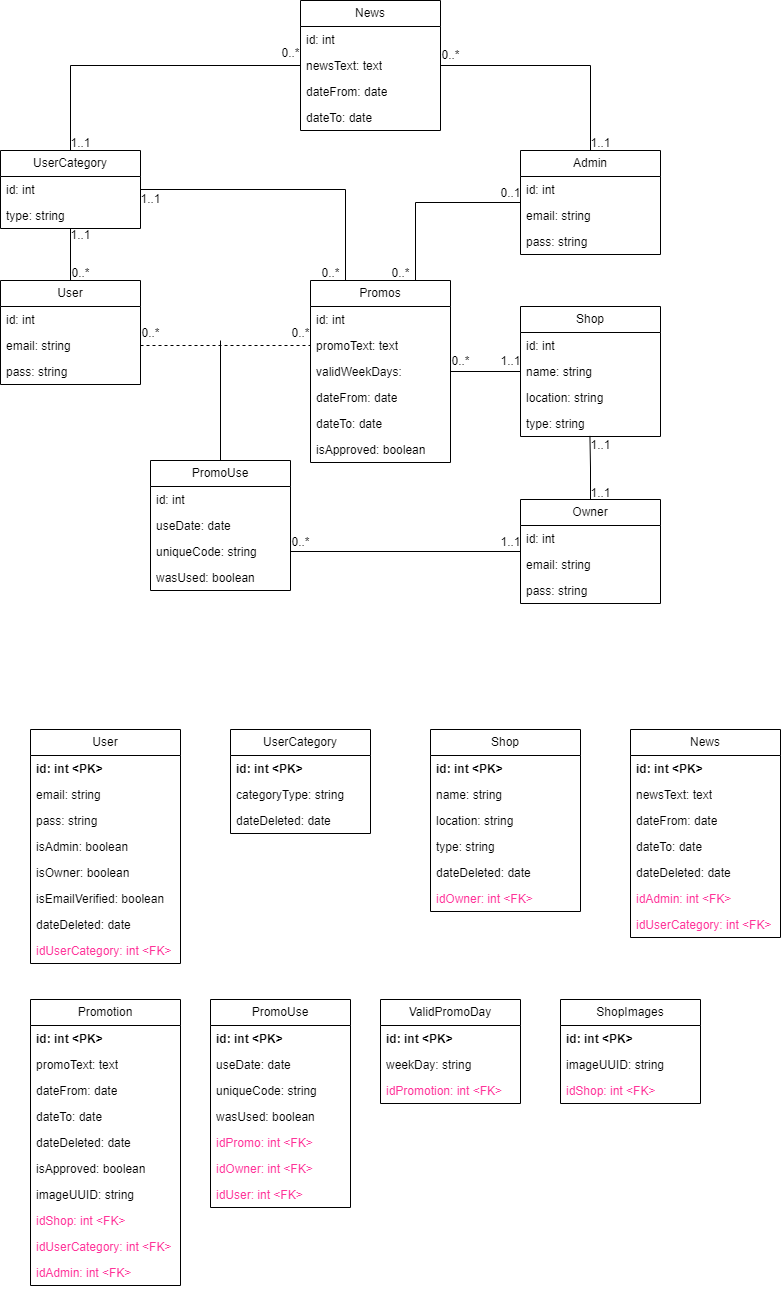
Above: TPI-PromoShop/Backend/shared/Modelo Dominio PromoShop+Tablas.drawio.png in Mauro-Dorigoni/Entornos-Graficos---Electiva-2024 (draw.io), before the change. Source tidied: cells renumbered, new cells last; positions are measured from the earlier drawing's top-left corner, leaving out a move shared by most shapes.
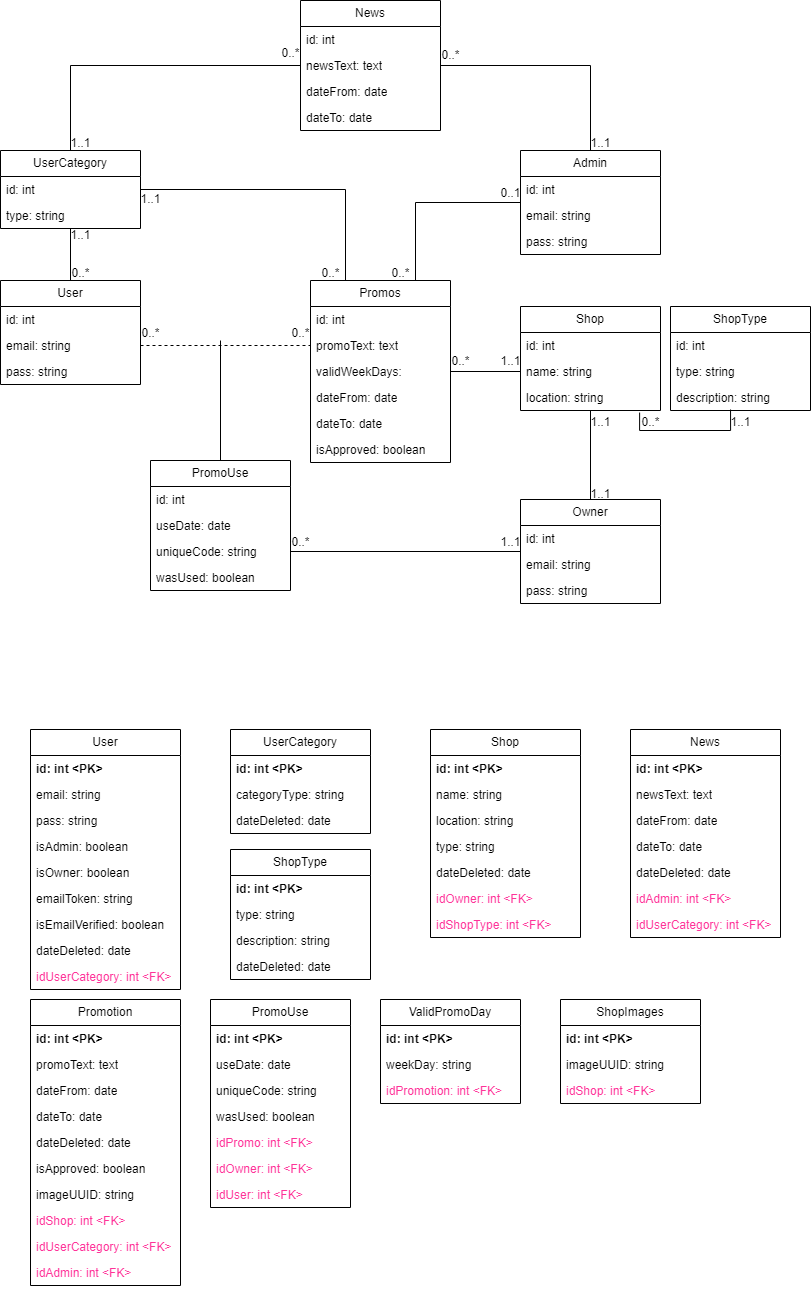
After the change.

The edit, as a diff of the source:
```diff
@@ -32,12 +32,12 @@
     <mxCell id="11" value="pass: string" style="text;strokeColor=none;fillColor=none;align=left;verticalAlign=top;spacingLeft=4;spacingRight=4;overflow=hidden;whiteSpace=wrap;html=1;" parent="8" vertex="1">
       <mxGeometry y="78" width="140" height="26" as="geometry" />
     </mxCell>
-    <mxCell id="12" style="edgeStyle=orthogonalEdgeStyle;rounded=0;jettySize=auto;html=1;entryX=0.496;entryY=0.977;entryDx=0;entryDy=0;endArrow=none;startFill=0;entryPerimeter=0;" parent="1" edge="1" source="14" target="27">
-      <mxGeometry relative="1" as="geometry" />
-    </mxCell>
     <mxCell id="13" style="edgeStyle=orthogonalEdgeStyle;rounded=0;jettySize=auto;html=1;endArrow=none;startFill=0;" parent="1" edge="1" source="14" target="46">
       <mxGeometry relative="1" as="geometry" />
     </mxCell>
+    <mxCell id="122" style="edgeStyle=orthogonalEdgeStyle;rounded=0;jettySize=auto;html=1;endArrow=none;startFill=0;" parent="1" edge="1" source="14" target="23">
+      <mxGeometry relative="1" as="geometry" />
+    </mxCell>
     <mxCell id="14" value="Owner" style="swimlane;fontStyle=0;horizontal=1;startSize=26;fillColor=none;whiteSpace=wrap;html=1;" parent="1" vertex="1">
       <mxGeometry x="520" y="499" width="140" height="104" as="geometry" />
     </mxCell>
@@ -66,7 +66,7 @@
       <mxGeometry y="52" width="140" height="26" as="geometry" />
     </mxCell>
     <mxCell id="23" value="Shop" style="swimlane;fontStyle=0;horizontal=1;startSize=26;fillColor=none;whiteSpace=wrap;html=1;" parent="1" vertex="1">
-      <mxGeometry x="520" y="306" width="140" height="130" as="geometry" />
+      <mxGeometry x="520" y="306" width="140" height="104" as="geometry" />
     </mxCell>
     <mxCell id="24" value="id: int&lt;span style=&quot;white-space: pre;&quot;&gt;&#9;&lt;/span&gt;" style="text;strokeColor=none;fillColor=none;align=left;verticalAlign=top;spacingLeft=4;spacingRight=4;overflow=hidden;whiteSpace=wrap;html=1;" parent="23" vertex="1">
       <mxGeometry y="26" width="140" height="26" as="geometry" />
@@ -77,9 +77,6 @@
     <mxCell id="26" value="location: string" style="text;strokeColor=none;fillColor=none;align=left;verticalAlign=top;spacingLeft=4;spacingRight=4;overflow=hidden;points=[[0,0.5],[1,0.5]];portConstraint=eastwest;whiteSpace=wrap;html=1;" parent="23" vertex="1">
       <mxGeometry y="78" width="140" height="26" as="geometry" />
     </mxCell>
-    <mxCell id="27" value="type: string" style="text;strokeColor=none;fillColor=none;align=left;verticalAlign=top;spacingLeft=4;spacingRight=4;overflow=hidden;points=[[0,0.5],[1,0.5]];portConstraint=eastwest;whiteSpace=wrap;html=1;" parent="23" vertex="1">
-      <mxGeometry y="104" width="140" height="26" as="geometry" />
-    </mxCell>
     <mxCell id="28" value="News" style="swimlane;fontStyle=0;horizontal=1;startSize=26;fillColor=none;whiteSpace=wrap;html=1;" parent="1" vertex="1">
       <mxGeometry x="300" width="140" height="130" as="geometry" />
     </mxCell>
@@ -161,10 +158,10 @@
       <mxGeometry x="440" y="346" width="40" height="30" as="geometry" />
     </mxCell>
     <mxCell id="54" value="1..1" style="text;html=1;align=center;verticalAlign=middle;strokeColor=none;fillColor=none;" parent="1" vertex="1">
-      <mxGeometry x="580" y="478" width="40" height="30" as="geometry" />
+      <mxGeometry x="580" y="479" width="40" height="30" as="geometry" />
     </mxCell>
     <mxCell id="55" value="1..1" style="text;html=1;align=center;verticalAlign=middle;strokeColor=none;fillColor=none;" parent="1" vertex="1">
-      <mxGeometry x="580" y="430" width="40" height="30" as="geometry" />
+      <mxGeometry x="580" y="407" width="40" height="30" as="geometry" />
     </mxCell>
     <mxCell id="56" value="1..1" style="text;html=1;align=center;verticalAlign=middle;strokeColor=none;fillColor=none;" parent="1" vertex="1">
       <mxGeometry x="130" y="184" width="40" height="30" as="geometry" />
@@ -200,7 +197,7 @@
       <mxGeometry x="490" y="527" width="40" height="30" as="geometry" />
     </mxCell>
     <mxCell id="67" value="User" style="swimlane;fontStyle=0;horizontal=1;startSize=26;fillColor=none;whiteSpace=wrap;html=1;" parent="1" vertex="1">
-      <mxGeometry x="30" y="729" width="150" height="234" as="geometry" />
+      <mxGeometry x="30" y="729" width="150" height="260" as="geometry" />
     </mxCell>
     <mxCell id="68" value="&lt;b&gt;id: int &amp;lt;PK&amp;gt;&lt;/b&gt;" style="text;strokeColor=none;fillColor=none;align=left;verticalAlign=top;spacingLeft=4;spacingRight=4;overflow=hidden;whiteSpace=wrap;html=1;" parent="67" vertex="1">
       <mxGeometry y="26" width="150" height="26" as="geometry" />
@@ -217,14 +214,17 @@
     <mxCell id="72" value="isOwner: boolean" style="text;strokeColor=none;fillColor=none;align=left;verticalAlign=top;spacingLeft=4;spacingRight=4;overflow=hidden;whiteSpace=wrap;html=1;" parent="67" vertex="1">
       <mxGeometry y="130" width="150" height="26" as="geometry" />
     </mxCell>
+    <mxCell id="123" value="emailToken: string" style="text;strokeColor=none;fillColor=none;align=left;verticalAlign=top;spacingLeft=4;spacingRight=4;overflow=hidden;whiteSpace=wrap;html=1;" parent="67" vertex="1">
+      <mxGeometry y="156" width="150" height="26" as="geometry" />
+    </mxCell>
     <mxCell id="73" value="isEmailVerified: boolean" style="text;strokeColor=none;fillColor=none;align=left;verticalAlign=top;spacingLeft=4;spacingRight=4;overflow=hidden;whiteSpace=wrap;html=1;" parent="67" vertex="1">
-      <mxGeometry y="156" width="150" height="26" as="geometry" />
+      <mxGeometry y="182" width="150" height="26" as="geometry" />
     </mxCell>
     <mxCell id="74" value="dateDeleted: date" style="text;strokeColor=none;fillColor=none;align=left;verticalAlign=top;spacingLeft=4;spacingRight=4;overflow=hidden;whiteSpace=wrap;html=1;" parent="67" vertex="1">
-      <mxGeometry y="182" width="150" height="26" as="geometry" />
+      <mxGeometry y="208" width="150" height="26" as="geometry" />
     </mxCell>
     <mxCell id="75" value="&lt;font style=&quot;color: rgb(255, 51, 153);&quot;&gt;idUserCategory: int &amp;lt;FK&amp;gt;&lt;/font&gt;" style="text;strokeColor=none;fillColor=none;align=left;verticalAlign=top;spacingLeft=4;spacingRight=4;overflow=hidden;whiteSpace=wrap;html=1;" parent="67" vertex="1">
-      <mxGeometry y="208" width="150" height="26" as="geometry" />
+      <mxGeometry y="234" width="150" height="26" as="geometry" />
     </mxCell>
     <mxCell id="76" value="UserCategory" style="swimlane;fontStyle=0;horizontal=1;startSize=26;fillColor=none;whiteSpace=wrap;html=1;" parent="1" vertex="1">
       <mxGeometry x="230" y="729" width="140" height="104" as="geometry" />
@@ -239,7 +239,7 @@
       <mxGeometry y="78" width="140" height="26" as="geometry" />
     </mxCell>
     <mxCell id="80" value="Shop" style="swimlane;fontStyle=0;horizontal=1;startSize=26;fillColor=none;whiteSpace=wrap;html=1;" parent="1" vertex="1">
-      <mxGeometry x="430" y="729" width="150" height="182" as="geometry" />
+      <mxGeometry x="430" y="729" width="150" height="208" as="geometry" />
     </mxCell>
     <mxCell id="81" value="&lt;b&gt;id: int &amp;lt;PK&amp;gt;&lt;span style=&quot;white-space: pre;&quot;&gt;&#9;&lt;/span&gt;&lt;/b&gt;" style="text;strokeColor=none;fillColor=none;align=left;verticalAlign=top;spacingLeft=4;spacingRight=4;overflow=hidden;whiteSpace=wrap;html=1;" parent="80" vertex="1">
       <mxGeometry y="26" width="150" height="26" as="geometry" />
@@ -259,6 +259,9 @@
     <mxCell id="86" value="&lt;font style=&quot;color: rgb(255, 51, 153);&quot;&gt;idOwner: int &amp;lt;FK&amp;gt;&lt;/font&gt;" style="text;strokeColor=none;fillColor=none;align=left;verticalAlign=top;spacingLeft=4;spacingRight=4;overflow=hidden;whiteSpace=wrap;html=1;" parent="80" vertex="1">
       <mxGeometry y="156" width="150" height="26" as="geometry" />
     </mxCell>
+    <mxCell id="124" value="&lt;font style=&quot;color: rgb(255, 51, 153);&quot;&gt;idShopType: int &amp;lt;FK&amp;gt;&lt;/font&gt;" style="text;strokeColor=none;fillColor=none;align=left;verticalAlign=top;spacingLeft=4;spacingRight=4;overflow=hidden;whiteSpace=wrap;html=1;" parent="80" vertex="1">
+      <mxGeometry y="182" width="150" height="26" as="geometry" />
+    </mxCell>
     <mxCell id="87" value="News" style="swimlane;fontStyle=0;horizontal=1;startSize=26;fillColor=none;whiteSpace=wrap;html=1;" parent="1" vertex="1">
       <mxGeometry x="630" y="729" width="150" height="208" as="geometry" />
     </mxCell>
@@ -364,5 +367,46 @@
     <mxCell id="121" value="&lt;font style=&quot;color: rgb(255, 51, 153);&quot;&gt;idShop: int &amp;lt;FK&amp;gt;&lt;/font&gt;" style="text;strokeColor=none;fillColor=none;align=left;verticalAlign=top;spacingLeft=4;spacingRight=4;overflow=hidden;whiteSpace=wrap;html=1;" parent="118" vertex="1">
       <mxGeometry y="78" width="140" height="26" as="geometry" />
     </mxCell>
+    <mxCell id="125" value="ShopType" style="swimlane;fontStyle=0;horizontal=1;startSize=26;fillColor=none;whiteSpace=wrap;html=1;" parent="1" vertex="1">
+      <mxGeometry x="670" y="306" width="140" height="104" as="geometry" />
+    </mxCell>
+    <mxCell id="126" value="id: int&lt;span style=&quot;white-space: pre;&quot;&gt;&#9;&lt;/span&gt;" style="text;strokeColor=none;fillColor=none;align=left;verticalAlign=top;spacingLeft=4;spacingRight=4;overflow=hidden;whiteSpace=wrap;html=1;" parent="125" vertex="1">
+      <mxGeometry y="26" width="140" height="26" as="geometry" />
+    </mxCell>
+    <mxCell id="127" value="type: string" style="text;strokeColor=none;fillColor=none;align=left;verticalAlign=top;spacingLeft=4;spacingRight=4;overflow=hidden;whiteSpace=wrap;html=1;" parent="125" vertex="1">
+      <mxGeometry y="52" width="140" height="26" as="geometry" />
+    </mxCell>
+    <mxCell id="128" value="description: string" style="text;strokeColor=none;fillColor=none;align=left;verticalAlign=top;spacingLeft=4;spacingRight=4;overflow=hidden;points=[[0,0.5],[1,0.5]];portConstraint=eastwest;whiteSpace=wrap;html=1;" parent="125" vertex="1">
+      <mxGeometry y="78" width="140" height="26" as="geometry" />
+    </mxCell>
+    <mxCell id="129" style="edgeStyle=orthogonalEdgeStyle;rounded=0;jettySize=auto;html=1;entryX=0.429;entryY=0.962;entryDx=0;entryDy=0;entryPerimeter=0;endArrow=none;startFill=0;exitX=0.851;exitY=1.079;exitDx=0;exitDy=0;exitPerimeter=0;" parent="1" edge="1" source="26" target="128">
+      <mxGeometry relative="1" as="geometry">
+        <Array as="points">
+          <mxPoint x="639" y="430" />
+          <mxPoint x="730" y="430" />
+        </Array>
+      </mxGeometry>
+    </mxCell>
+    <mxCell id="130" value="0..*" style="text;html=1;align=center;verticalAlign=middle;strokeColor=none;fillColor=none;" parent="1" vertex="1">
+      <mxGeometry x="630" y="407" width="40" height="30" as="geometry" />
+    </mxCell>
+    <mxCell id="131" value="1..1" style="text;html=1;align=center;verticalAlign=middle;strokeColor=none;fillColor=none;" parent="1" vertex="1">
+      <mxGeometry x="720" y="407" width="40" height="30" as="geometry" />
+    </mxCell>
+    <mxCell id="132" value="ShopType" style="swimlane;fontStyle=0;horizontal=1;startSize=26;fillColor=none;whiteSpace=wrap;html=1;" parent="1" vertex="1">
+      <mxGeometry x="230" y="849" width="140" height="130" as="geometry" />
+    </mxCell>
+    <mxCell id="133" value="&lt;b&gt;id: int &amp;lt;PK&amp;gt;&lt;span style=&quot;white-space: pre;&quot;&gt;&#9;&lt;/span&gt;&lt;/b&gt;&lt;div&gt;&lt;br&gt;&lt;/div&gt;" style="text;strokeColor=none;fillColor=none;align=left;verticalAlign=top;spacingLeft=4;spacingRight=4;overflow=hidden;whiteSpace=wrap;html=1;" parent="132" vertex="1">
+      <mxGeometry y="26" width="140" height="26" as="geometry" />
+    </mxCell>
+    <mxCell id="134" value="type: string" style="text;strokeColor=none;fillColor=none;align=left;verticalAlign=top;spacingLeft=4;spacingRight=4;overflow=hidden;whiteSpace=wrap;html=1;" parent="132" vertex="1">
+      <mxGeometry y="52" width="140" height="26" as="geometry" />
+    </mxCell>
+    <mxCell id="135" value="description: string" style="text;strokeColor=none;fillColor=none;align=left;verticalAlign=top;spacingLeft=4;spacingRight=4;overflow=hidden;whiteSpace=wrap;html=1;" parent="132" vertex="1">
+      <mxGeometry y="78" width="140" height="26" as="geometry" />
+    </mxCell>
+    <mxCell id="136" value="dateDeleted: date" style="text;strokeColor=none;fillColor=none;align=left;verticalAlign=top;spacingLeft=4;spacingRight=4;overflow=hidden;whiteSpace=wrap;html=1;" parent="132" vertex="1">
+      <mxGeometry y="104" width="140" height="26" as="geometry" />
+    </mxCell>
   </root>
 </mxGraphModel>
```
